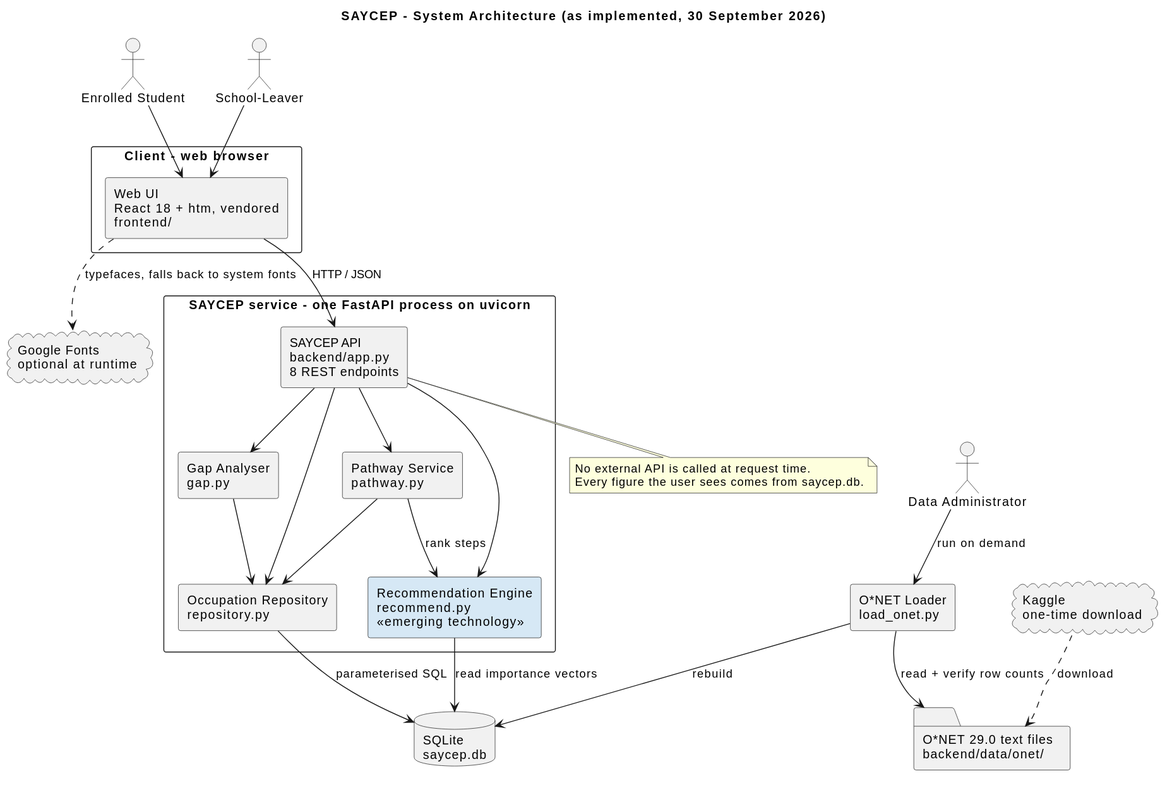
This is docs/uml/a3/01-architecture.svg from ShogunLSG/SAYCEP, a PlantUML export, as it was before one commit.
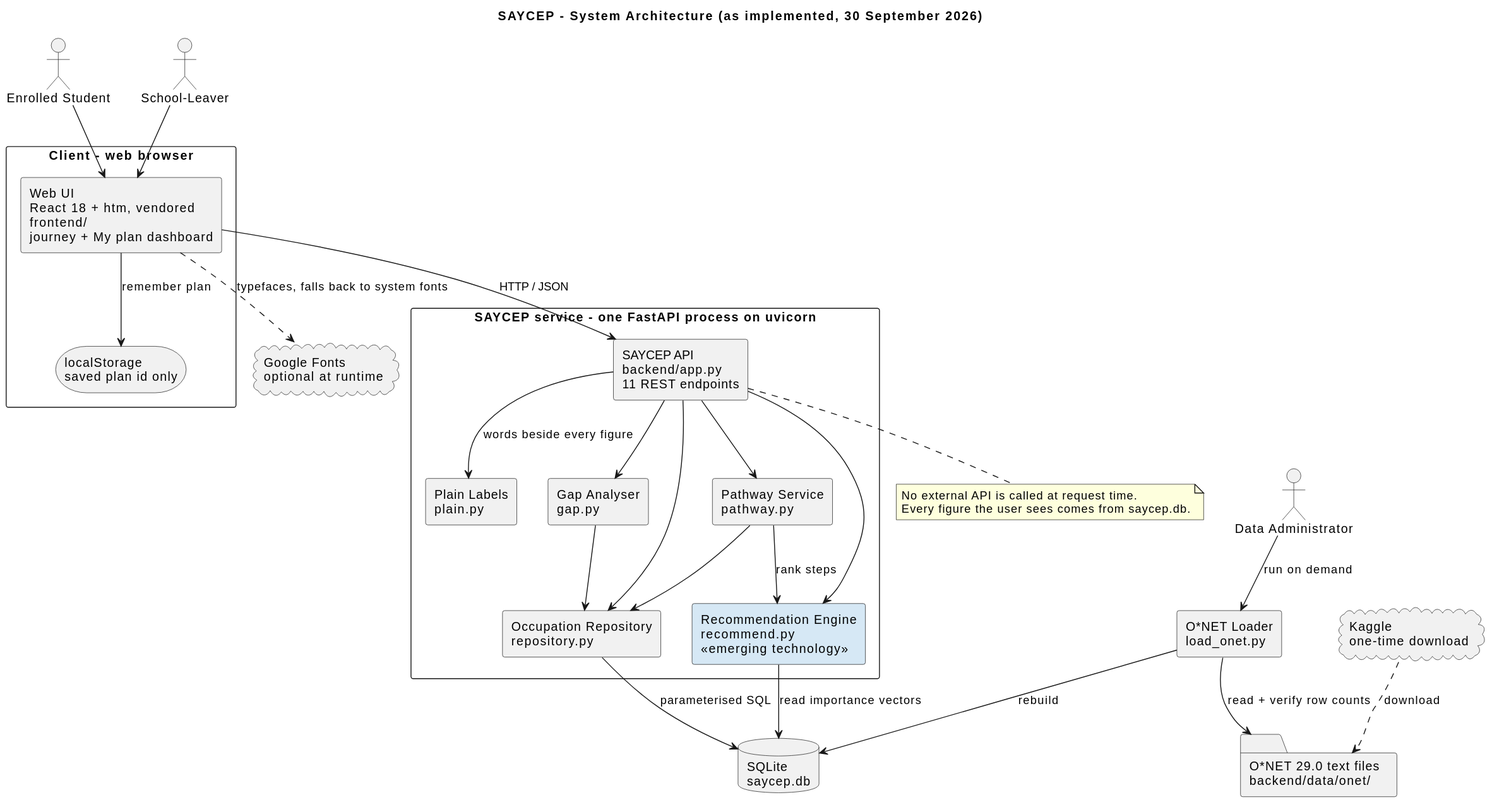
The same file after the commit.

Diff of the diagram source:
```diff
@@ -8,11 +8,13 @@
 actor "Data Administrator" as Admin
 
 rectangle "Client - web browser" {
-  component "Web UI\nReact 18 + htm, vendored\nfrontend/" as UI
+  component "Web UI\nReact 18 + htm, vendored\nfrontend/\njourney + My plan dashboard" as UI
+  storage "localStorage\nsaved plan id only" as LS
 }
 
 rectangle "SAYCEP service - one FastAPI process on uvicorn" {
-  component "SAYCEP API\nbackend/app.py\n8 REST endpoints" as API
+  component "SAYCEP API\nbackend/app.py\n11 REST endpoints" as API
+  component "Plain Labels\nplain.py" as PL
   component "Gap Analyser\ngap.py" as GA
   component "Pathway Service\npathway.py" as PS
   component "Recommendation Engine\nrecommend.py\n<<emerging technology>>" as RE #D6E8F5
@@ -33,6 +35,8 @@
 API --> RE
 PS --> RE : rank steps
 API --> Repo
+API --> PL : words beside every figure
+UI --> LS : remember plan
 GA --> Repo
 PS --> Repo
 RE --> DB : read importance vectors
```
